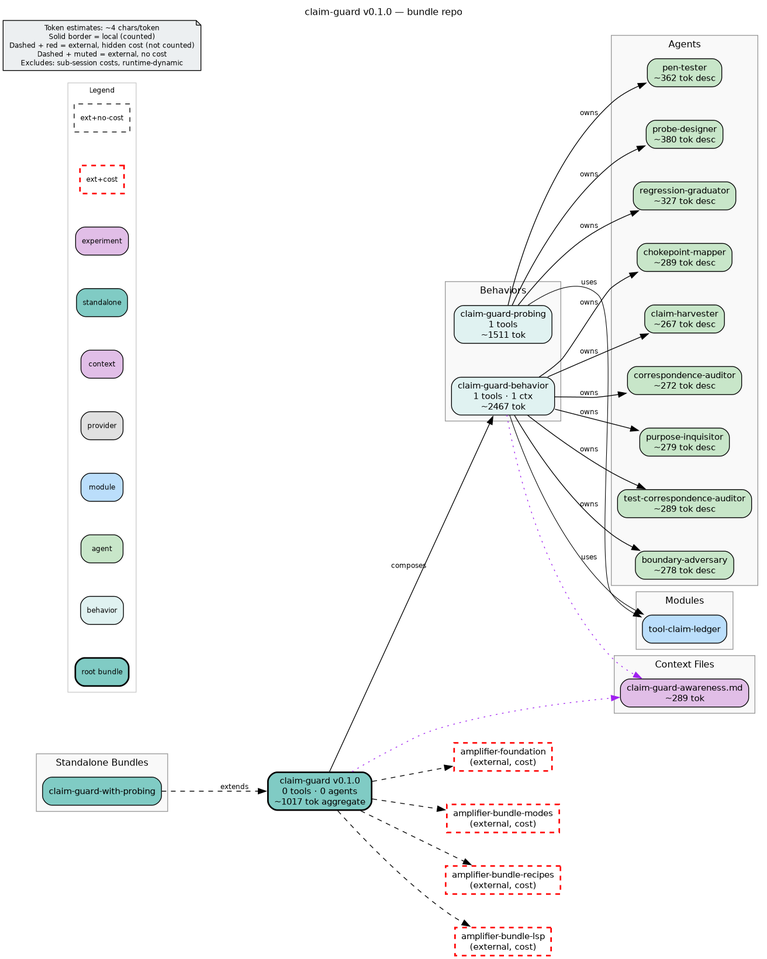
Earlier version of the Graphviz export bundle.png (colombod/amplifier-bundle-claim-guard). Its source is kept beside it as bundle.dot.
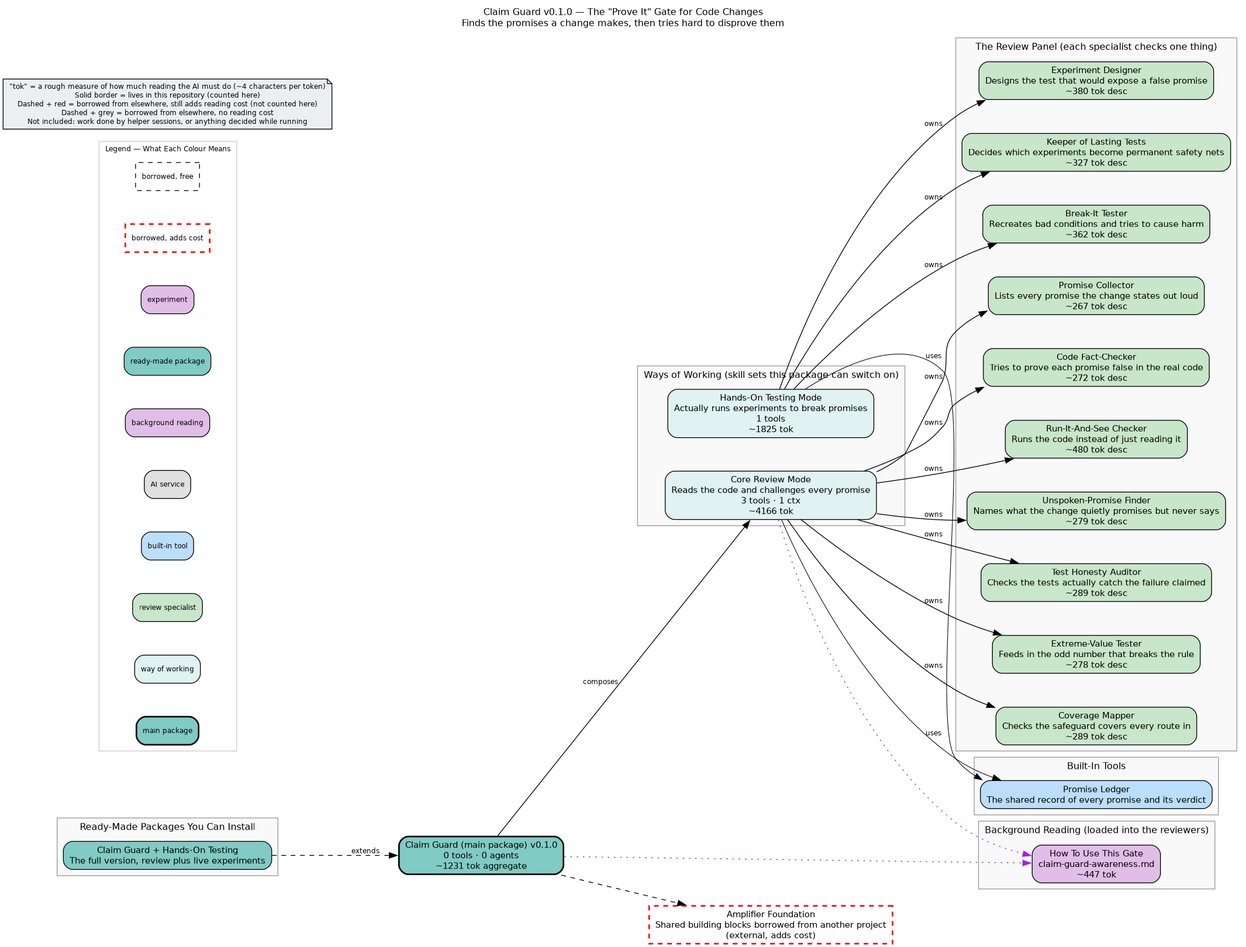
Later version of the same file.

Diff of the diagram source:
```diff
@@ -1,104 +1,100 @@
+
 digraph claim_guard {
     rankdir=LR
     fontname="Helvetica"
     fontsize=12
-    label="claim-guard v0.1.0 — bundle repo"
+    label="Claim Guard v0.1.0 — The \"Prove It\" Gate for Code Changes\nFinds the promises a change makes, then tries hard to disprove them"
     labelloc=t
     labeljust=c
     nodesep=0.6
     ranksep=0.7
     bgcolor="white"
-    source_hash="0b29d288aca63537bf51101a67c644c3d4ea7bad8c50261d1d878be4f33cd397"
+    source_hash="2444b27b87f05180de43830f4b2d5195840d882ce52860074f8ec3bda04ce8af"
 
     node [fontname="Helvetica", fontsize=11, style="filled,rounded"]
     edge [fontname="Helvetica", fontsize=9]
 
-    root_claim_guard [label="claim-guard v0.1.0\n0 tools · 0 agents\n~1017 tok aggregate", shape=box, fillcolor="#80cbc4", style="filled,rounded,bold", penwidth=2]
+    root_claim_guard [label="Claim Guard (main package) v0.1.0\n0 tools · 0 agents\n~1231 tok aggregate", shape=box, fillcolor="#80cbc4", style="filled,rounded,bold", penwidth=2]
 
     subgraph cluster_behaviors {
-        label="Behaviors"
+        label="Ways of Working (skill sets this package can switch on)"
         style="filled"
         fillcolor="#f9f9f9"
         color="#999999"
 
-        beh_claim_guard_probing [label="claim-guard-probing\n1 tools\n~1511 tok", shape=box, fillcolor="#e0f2f1", style="filled,rounded"]
-        beh_claim_guard_behavior [label="claim-guard-behavior\n1 tools · 1 ctx\n~2467 tok", shape=box, fillcolor="#e0f2f1", style="filled,rounded"]
+        beh_claim_guard_probing [label="Hands-On Testing Mode\nActually runs experiments to break promises\n1 tools\n~1825 tok", shape=box, fillcolor="#e0f2f1", style="filled,rounded"]
+        beh_claim_guard_behavior [label="Core Review Mode\nReads the code and challenges every promise\n3 tools · 1 ctx\n~4166 tok", shape=box, fillcolor="#e0f2f1", style="filled,rounded"]
     }
 
     subgraph cluster_standalones {
-        label="Standalone Bundles"
+        label="Ready-Made Packages You Can Install"
         style="filled"
         fillcolor="#f9f9f9"
         color="#999999"
 
-        sta_claim_guard_with_probing [label="claim-guard-with-probing", shape=box, fillcolor="#80cbc4", style="filled,rounded"]
+        sta_claim_guard_with_probing [label="Claim Guard + Hands-On Testing\nThe full version, review plus live experiments", shape=box, fillcolor="#80cbc4", style="filled,rounded"]
     }
 
     subgraph cluster_agents {
-        label="Agents"
+        label="The Review Panel (each specialist checks one thing)"
         style="filled"
         fillcolor="#f9f9f9"
         color="#999999"
 
-        agt_boundary_adversary [label="boundary-adversary\n~278 tok desc", shape=box, fillcolor="#c8e6c9", style="filled,rounded"]
-        agt_chokepoint_mapper [label="chokepoint-mapper\n~289 tok desc", shape=box, fillcolor="#c8e6c9", style="filled,rounded"]
-        agt_claim_harvester [label="claim-harvester\n~267 tok desc", shape=box, fillcolor="#c8e6c9", style="filled,rounded"]
-        agt_correspondence_auditor [label="correspondence-auditor\n~272 tok desc", shape=box, fillcolor="#c8e6c9", style="filled,rounded"]
-        agt_pen_tester [label="pen-tester\n~362 tok desc", shape=box, fillcolor="#c8e6c9", style="filled,rounded"]
-        agt_probe_designer [label="probe-designer\n~380 tok desc", shape=box, fillcolor="#c8e6c9", style="filled,rounded"]
-        agt_purpose_inquisitor [label="purpose-inquisitor\n~279 tok desc", shape=box, fillcolor="#c8e6c9", style="filled,rounded"]
-        agt_regression_graduator [label="regression-graduator\n~327 tok desc", shape=box, fillcolor="#c8e6c9", style="filled,rounded"]
-        agt_test_correspondence_auditor [label="test-correspondence-auditor\n~289 tok desc", shape=box, fillcolor="#c8e6c9", style="filled,rounded"]
+        agt_boundary_adversary [label="Extreme-Value Tester\nFeeds in the odd number that breaks the rule\n~278 tok desc", shape=box, fillcolor="#c8e6c9", style="filled,rounded"]
+        agt_chokepoint_mapper [label="Coverage Mapper\nChecks the safeguard covers every route in\n~289 tok desc", shape=box, fillcolor="#c8e6c9", style="filled,rounded"]
+        agt_claim_harvester [label="Promise Collector\nLists every promise the change states out loud\n~267 tok desc", shape=box, fillcolor="#c8e6c9", style="filled,rounded"]
+        agt_correspondence_auditor [label="Code Fact-Checker\nTries to prove each promise false in the real code\n~272 tok desc", shape=box, fillcolor="#c8e6c9", style="filled,rounded"]
+        agt_empirical_verifier [label="Run-It-And-See Checker\nRuns the code instead of just reading it\n~480 tok desc", shape=box, fillcolor="#c8e6c9", style="filled,rounded"]
+        agt_pen_tester [label="Break-It Tester\nRecreates bad conditions and tries to cause harm\n~362 tok desc", shape=box, fillcolor="#c8e6c9", style="filled,rounded"]
+        agt_probe_designer [label="Experiment Designer\nDesigns the test that would expose a false promise\n~380 tok desc", shape=box, fillcolor="#c8e6c9", style="filled,rounded"]
+        agt_purpose_inquisitor [label="Unspoken-Promise Finder\nNames what the change quietly promises but never says\n~279 tok desc", shape=box, fillcolor="#c8e6c9", style="filled,rounded"]
+        agt_regression_graduator [label="Keeper of Lasting Tests\nDecides which experiments become permanent safety nets\n~327 tok desc", shape=box, fillcolor="#c8e6c9", style="filled,rounded"]
+        agt_test_correspondence_auditor [label="Test Honesty Auditor\nChecks the tests actually catch the failure claimed\n~289 tok desc", shape=box, fillcolor="#c8e6c9", style="filled,rounded"]
     }
 
     subgraph cluster_modules {
-        label="Modules"
+        label="Built-In Tools"
         style="filled"
         fillcolor="#f9f9f9"
         color="#999999"
 
-        mod_tool_claim_ledger [label="tool-claim-ledger", shape=box, fillcolor="#bbdefb", style="filled,rounded"]
+        mod_tool_claim_ledger [label="Promise Ledger\nThe shared record of every promise and its verdict", shape=box, fillcolor="#bbdefb", style="filled,rounded"]
     }
 
     subgraph cluster_context {
-        label="Context Files"
+        label="Background Reading (loaded into the reviewers)"
         style="filled"
         fillcolor="#f9f9f9"
         color="#999999"
 
-        ctx_claim_guard_awareness_md [label="claim-guard-awareness.md\n~289 tok", shape=box, fillcolor="#e1bee7", style="filled,rounded"]
+        ctx_claim_guard_awareness_md [label="How To Use This Gate\nclaim-guard-awareness.md\n~447 tok", shape=box, fillcolor="#e1bee7", style="filled,rounded"]
     }
 
     subgraph cluster_legend {
-        label="Legend"
+        label="Legend — What Each Colour Means"
         style="filled"
         fillcolor="white"
         color="#cccccc"
         fontsize=9
 
-        leg_root [label="root bundle", shape=box, fillcolor="#80cbc4", style="filled,rounded,bold", fontsize=9]
-        leg_behavior [label="behavior", shape=box, fillcolor="#e0f2f1", style="filled,rounded", fontsize=9]
-        leg_agent [label="agent", shape=box, fillcolor="#c8e6c9", style="filled,rounded", fontsize=9]
-        leg_module [label="module", shape=box, fillcolor="#bbdefb", style="filled,rounded", fontsize=9]
-        leg_provider [label="provider", shape=box, fillcolor="#e0e0e0", style="filled,rounded", fontsize=9]
-        leg_context [label="context", shape=box, fillcolor="#e1bee7", style="filled,rounded", fontsize=9]
-        leg_standalone [label="standalone", shape=box, fillcolor="#80cbc4", style="filled,rounded", fontsize=9]
+        leg_root [label="main package", shape=box, fillcolor="#80cbc4", style="filled,rounded,bold", fontsize=9]
+        leg_behavior [label="way of working", shape=box, fillcolor="#e0f2f1", style="filled,rounded", fontsize=9]
+        leg_agent [label="review specialist", shape=box, fillcolor="#c8e6c9", style="filled,rounded", fontsize=9]
+        leg_module [label="built-in tool", shape=box, fillcolor="#bbdefb", style="filled,rounded", fontsize=9]
+        leg_provider [label="AI service", shape=box, fillcolor="#e0e0e0", style="filled,rounded", fontsize=9]
+        leg_context [label="background reading", shape=box, fillcolor="#e1bee7", style="filled,rounded", fontsize=9]
+        leg_standalone [label="ready-made package", shape=box, fillcolor="#80cbc4", style="filled,rounded", fontsize=9]
         leg_experiment [label="experiment", shape=box, fillcolor="#e1bee7", style="filled,rounded", fontsize=9]
-        leg_ext_cost [label="ext+cost", shape=box, fillcolor="#80cbc4", style="dashed", color="red", penwidth=2, fontsize=9]
-        leg_ext_muted [label="ext+no-cost", shape=box, fillcolor="#f5f5f5", style="dashed", fontsize=9]
+        leg_ext_cost [label="borrowed, adds cost", shape=box, fillcolor="#80cbc4", style="dashed", color="red", penwidth=2, fontsize=9]
+        leg_ext_muted [label="borrowed, free", shape=box, fillcolor="#f5f5f5", style="dashed", fontsize=9]
     }
 
-    disclaimer [label="Token estimates: ~4 chars/token\nSolid border = local (counted)\nDashed + red = external, hidden cost (not counted)\nDashed + muted = external, no cost\nExcludes: sub-session costs, runtime-dynamic", shape=note, fillcolor="#eceff1", style="filled", fontsize=9]
+    disclaimer [label="\"tok\" = a rough measure of how much reading the AI must do (~4 characters per token)\nSolid border = lives in this repository (counted here)\nDashed + red = borrowed from elsewhere, still adds reading cost (not counted here)\nDashed + grey = borrowed from elsewhere, no reading cost\nNot included: work done by helper sessions, or anything decided while running", shape=note, fillcolor="#eceff1", style="filled", fontsize=9]
 
-    ext_githttps___github_com_microsoft_amplifier_foundation_main [label="amplifier-foundation\n(external, cost)", shape=box, fillcolor="#80cbc4", style="dashed", color="red", penwidth=2]
-    ext_githttps___github_com_microsoft_amplifier_bundle_modes_main [label="amplifier-bundle-modes\n(external, cost)", shape=box, fillcolor="#80cbc4", style="dashed", color="red", penwidth=2]
-    ext_githttps___github_com_microsoft_amplifier_bundle_recipes_main [label="amplifier-bundle-recipes\n(external, cost)", shape=box, fillcolor="#80cbc4", style="dashed", color="red", penwidth=2]
-    ext_githttps___github_com_microsoft_amplifier_bundle_lsp_main [label="amplifier-bundle-lsp\n(external, cost)", shape=box, fillcolor="#80cbc4", style="dashed", color="red", penwidth=2]
+    ext_githttps___github_com_microsoft_amplifier_foundation_main [label="Amplifier Foundation\nShared building blocks borrowed from another project\n(external, adds cost)", shape=box, fillcolor="#80cbc4", style="dashed", color="red", penwidth=2]
 
     root_claim_guard -> ext_githttps___github_com_microsoft_amplifier_foundation_main [style=dashed]
-    root_claim_guard -> ext_githttps___github_com_microsoft_amplifier_bundle_modes_main [style=dashed]
-    root_claim_guard -> ext_githttps___github_com_microsoft_amplifier_bundle_recipes_main [style=dashed]
-    root_claim_guard -> ext_githttps___github_com_microsoft_amplifier_bundle_lsp_main [style=dashed]
     root_claim_guard -> beh_claim_guard_behavior [label="composes"]
     beh_claim_guard_probing -> agt_probe_designer [label="owns"]
     beh_claim_guard_probing -> agt_pen_tester [label="owns"]
@@ -110,6 +106,7 @@
     beh_claim_guard_behavior -> agt_test_correspondence_auditor [label="owns"]
     beh_claim_guard_behavior -> agt_chokepoint_mapper [label="owns"]
     beh_claim_guard_behavior -> agt_boundary_adversary [label="owns"]
+    beh_claim_guard_behavior -> agt_empirical_verifier [label="owns"]
     beh_claim_guard_behavior -> mod_tool_claim_ledger [label="uses", penwidth=0.8]
     beh_claim_guard_behavior -> ctx_claim_guard_awareness_md [style=dotted, color=purple]
     root_claim_guard -> ctx_claim_guard_awareness_md [style=dotted, color=purple]
```
